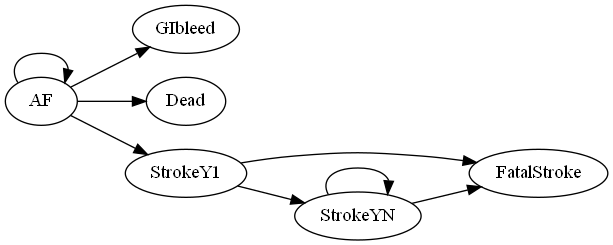
ajsims1704/rdecision keeps this Graphviz diagram as vignettes/WatchBP.png. Above is the earlier version. Its source is kept beside it as vignettes/WatchBP.gv. The source it was exported from:
```dot
digraph rdecision {
  size="7,7" ;
  rankdir=LR ;
   "AF" -> "AF"  ;
   "AF" -> "GIbleed"  ;
   "AF" -> "Dead"  ;
   "AF" -> "StrokeY1"  ;
   "StrokeY1" -> "FatalStroke"  ;
   "StrokeY1" -> "StrokeYN"  ;
   "StrokeYN" -> "FatalStroke"  ;
   "StrokeYN" -> "StrokeYN"  ;
}
```
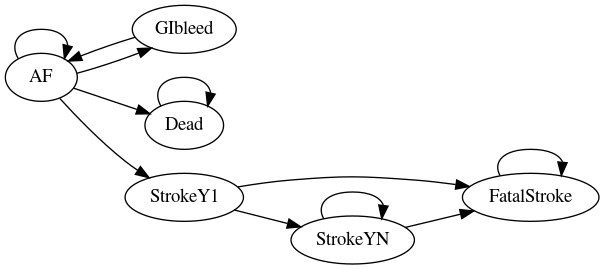
Later version of the same file.

Diff of the diagram source:
```diff
@@ -5,8 +5,11 @@
    "AF" -> "GIbleed"  ;
    "AF" -> "Dead"  ;
    "AF" -> "StrokeY1"  ;
+   "GIbleed" -> "AF"  ;
    "StrokeY1" -> "FatalStroke"  ;
    "StrokeY1" -> "StrokeYN"  ;
+   "StrokeYN" -> "StrokeYN"  ;
    "StrokeYN" -> "FatalStroke"  ;
-   "StrokeYN" -> "StrokeYN"  ;
+   "Dead" -> "Dead"  ;
+   "FatalStroke" -> "FatalStroke"  ;
 }
```
